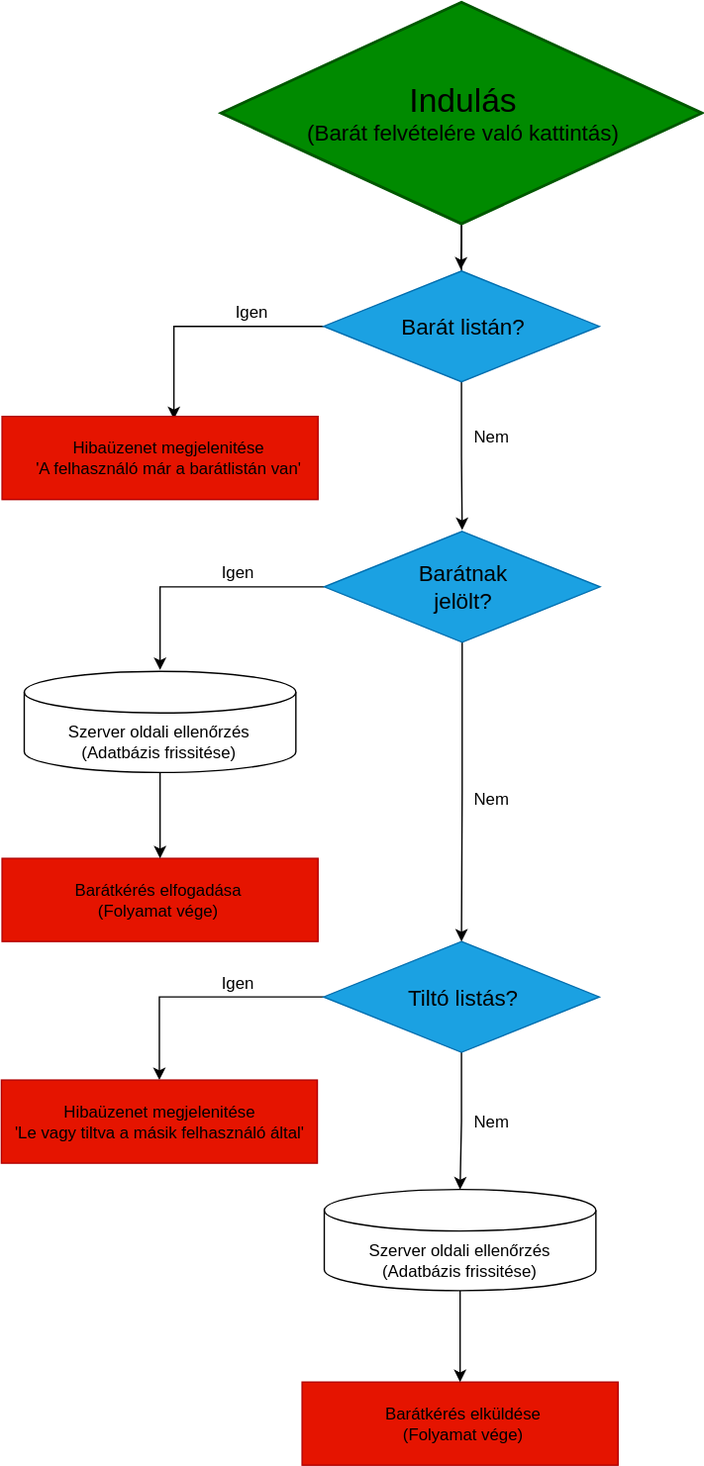
Botond70/SZMP_messaging_app keeps this draw.io diagram as Ábrák/BaratFelvetel_graf.svg. Above is the earlier version. Source tidied: cells renumbered, new cells last; positions are measured from the earlier drawing's top-left corner, leaving out a move shared by most shapes.
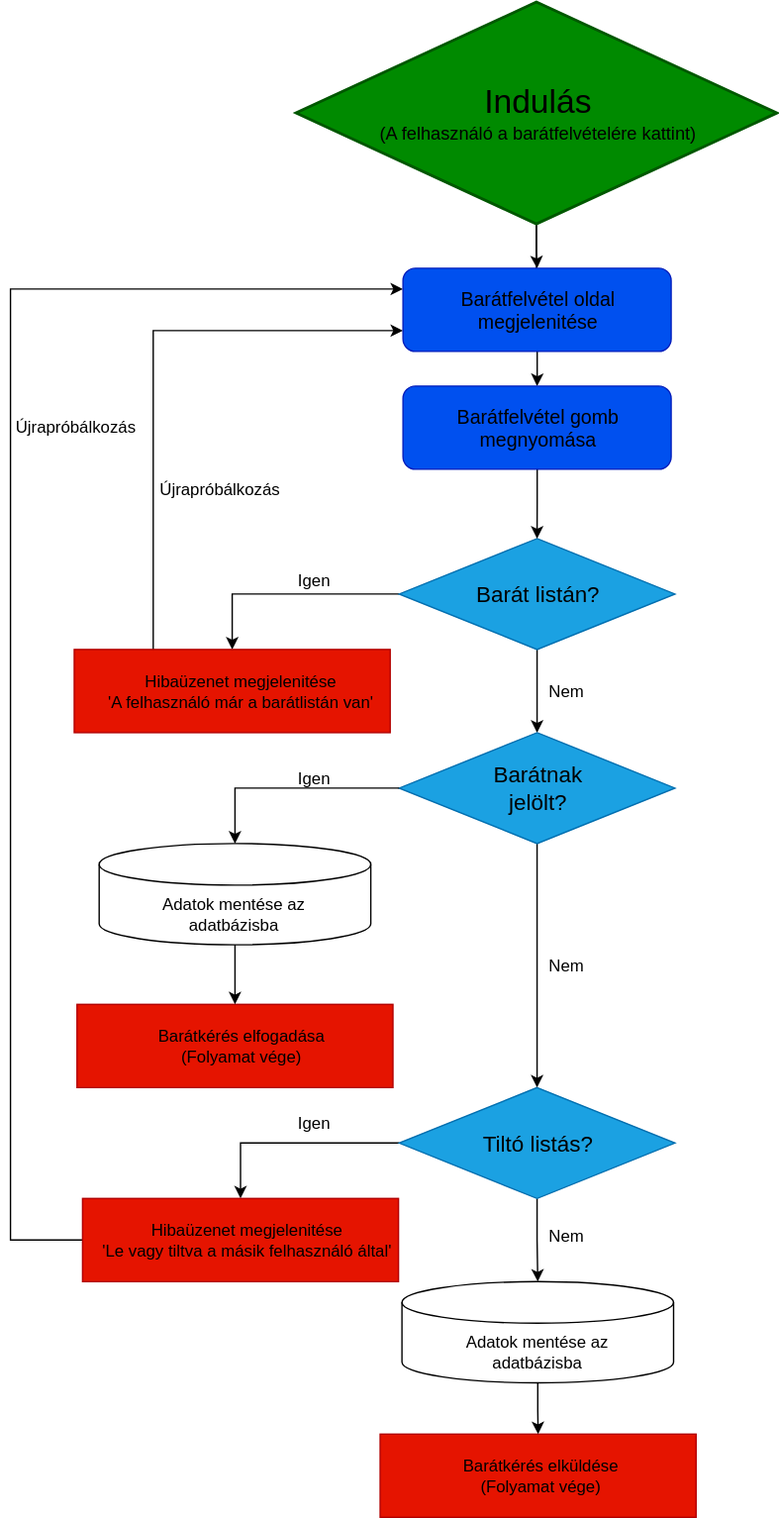
After the commit.

Commit message:
Barátfelvétel ábra javitása

What changed in the source:
```diff
@@ -7,134 +7,145 @@
         <mxPoint x="331.5" y="206.9" as="targetPoint" />
       </mxGeometry>
     </mxCell>
-    <mxCell id="3" style="edgeStyle=orthogonalEdgeStyle;rounded=0;jettySize=auto;html=1;fontColor=light-dark(#000000,#000000);strokeColor=light-dark(#000000,#000000);" parent="1" edge="1" source="4">
-      <mxGeometry relative="1" as="geometry">
-        <mxPoint x="331" y="193" as="targetPoint" />
-      </mxGeometry>
-    </mxCell>
+    <mxCell id="38" style="edgeStyle=orthogonalEdgeStyle;rounded=0;jettySize=auto;html=1;entryX=0.5;entryY=0;entryDx=0;entryDy=0;strokeColor=light-dark(#000000,#000000);" parent="1" edge="1" source="4" target="45">
+      <mxGeometry relative="1" as="geometry" />
+    </mxCell>
     <mxCell id="4" style="rhombus;whiteSpace=wrap;html=1;fillColor=#008a00;fontColor=#ffffff;strokeColor=light-dark(#005700,#000000);strokeWidth=2;" parent="1" vertex="1">
       <mxGeometry x="158" width="347" height="160" as="geometry" />
     </mxCell>
-    <mxCell id="5" value="&lt;font style=&quot;font-size: 24px;&quot;&gt;Indulás&lt;/font&gt;&lt;br&gt;&lt;font style=&quot;font-size: 16px;&quot;&gt;(Barát felvételére való kattintás)&lt;/font&gt;" style="text;html=1;align=center;verticalAlign=middle;strokeColor=none;fillColor=none;fontColor=light-dark(#000000,#000000);" parent="1" vertex="1">
-      <mxGeometry x="207" y="50" width="250" height="60" as="geometry" />
+    <mxCell id="5" value="&lt;font style=&quot;font-size: 24px;&quot;&gt;Indulás&lt;/font&gt;&lt;br&gt;&lt;font style=&quot;font-size: 13px;&quot;&gt;(A felhasználó a barátfelvételére kattint)&lt;/font&gt;" style="text;html=1;align=center;verticalAlign=middle;strokeColor=none;fillColor=none;fontColor=light-dark(#000000,#000000);" parent="1" vertex="1">
+      <mxGeometry x="209" y="52" width="246" height="56" as="geometry" />
     </mxCell>
-    <mxCell id="6" style="edgeStyle=orthogonalEdgeStyle;rounded=0;jettySize=auto;html=1;strokeColor=light-dark(#000000,#000000);" parent="1" edge="1" source="8">
-      <mxGeometry relative="1" as="geometry">
-        <mxPoint x="124" y="301" as="targetPoint" />
-        <Array as="points">
-          <mxPoint x="124" y="234" />
-          <mxPoint x="124" y="298" />
-        </Array>
-      </mxGeometry>
-    </mxCell>
-    <mxCell id="7" style="edgeStyle=orthogonalEdgeStyle;rounded=0;jettySize=auto;html=1;strokeColor=light-dark(#000000,#000000);" parent="1" edge="1" source="8">
-      <mxGeometry relative="1" as="geometry">
-        <mxPoint x="332" y="381" as="targetPoint" />
-        <Array as="points">
-          <mxPoint x="331" y="328" />
-          <mxPoint x="332" y="328" />
-        </Array>
-      </mxGeometry>
-    </mxCell>
+    <mxCell id="39" style="edgeStyle=orthogonalEdgeStyle;rounded=0;jettySize=auto;html=1;entryX=0.5;entryY=0;entryDx=0;entryDy=0;strokeColor=light-dark(#000000,#000000);" parent="1" edge="1" source="8" target="12">
+      <mxGeometry relative="1" as="geometry" />
+    </mxCell>
+    <mxCell id="40" style="edgeStyle=orthogonalEdgeStyle;rounded=0;jettySize=auto;html=1;entryX=0.5;entryY=0;entryDx=0;entryDy=0;strokeColor=light-dark(#000000,#000000);" parent="1" edge="1" source="8" target="24">
+      <mxGeometry relative="1" as="geometry" />
+    </mxCell>
-    <mxCell id="8" style="rhombus;whiteSpace=wrap;html=1;fillColor=#1ba1e2;fontColor=#ffffff;strokeColor=light-dark(#006EAF,#000000);" parent="1" vertex="1">
-      <mxGeometry x="232" y="194" width="199" height="80" as="geometry" />
+    <mxCell id="8" style="rhombus;whiteSpace=wrap;html=1;fillColor=light-dark(#1BA1E2,#FFFF00);fontColor=#ffffff;strokeColor=light-dark(#006EAF,#000000);" parent="1" vertex="1">
+      <mxGeometry x="232.5" y="387" width="199" height="80" as="geometry" />
     </mxCell>
     <mxCell id="9" value="&lt;font style=&quot;font-size: 16px;&quot;&gt;Barát listán?&lt;/font&gt;" style="text;html=1;align=center;verticalAlign=middle;whiteSpace=wrap;rounded=0;fontColor=light-dark(#000000,#000000);" parent="1" vertex="1">
-      <mxGeometry x="284.5" y="219" width="95" height="30" as="geometry" />
+      <mxGeometry x="285" y="412" width="95" height="30" as="geometry" />
     </mxCell>
     <mxCell id="10" value="Igen" style="text;html=1;align=center;verticalAlign=middle;whiteSpace=wrap;rounded=0;fontColor=light-dark(#000000,#000000);" parent="1" vertex="1">
-      <mxGeometry x="150" y="209" width="60" height="30" as="geometry" />
+      <mxGeometry x="140.5" y="402" width="60" height="30" as="geometry" />
     </mxCell>
     <mxCell id="11" value="Nem" style="text;html=1;align=center;verticalAlign=middle;whiteSpace=wrap;rounded=0;fontColor=light-dark(#000000,#000000);" parent="1" vertex="1">
-      <mxGeometry x="323" y="299" width="60" height="30" as="geometry" />
+      <mxGeometry x="323" y="482" width="60" height="30" as="geometry" />
     </mxCell>
+    <mxCell id="41" style="edgeStyle=orthogonalEdgeStyle;rounded=0;jettySize=auto;html=1;exitX=0.25;exitY=0;exitDx=0;exitDy=0;entryX=0;entryY=0.75;entryDx=0;entryDy=0;strokeColor=light-dark(#000000,#000000);" parent="1" edge="1" source="12" target="45">
+      <mxGeometry relative="1" as="geometry" />
+    </mxCell>
     <mxCell id="12" style="rounded=0;whiteSpace=wrap;html=1;fillColor=light-dark(#E51400,#FF3333);fontColor=#ffffff;strokeColor=light-dark(#B20000,#000000);" parent="1" vertex="1">
-      <mxGeometry y="299" width="228" height="60" as="geometry" />
+      <mxGeometry x="-2" y="467" width="228" height="60" as="geometry" />
     </mxCell>
     <mxCell id="13" value="Hibaüzenet megjelenitése&lt;br&gt;'A felhasználó már a barátlistán van'" style="text;html=1;align=center;verticalAlign=middle;whiteSpace=wrap;rounded=0;fontColor=light-dark(#000000,#000000);" parent="1" vertex="1">
-      <mxGeometry x="15" y="314" width="210" height="30" as="geometry" />
+      <mxGeometry x="13" y="482" width="210" height="30" as="geometry" />
     </mxCell>
-    <mxCell id="14" style="edgeStyle=orthogonalEdgeStyle;rounded=0;jettySize=auto;html=1;strokeColor=light-dark(#000000,#000000);" parent="1" edge="1" source="16">
-      <mxGeometry relative="1" as="geometry">
-        <mxPoint x="113.5" y="778" as="targetPoint" />
-        <Array as="points">
-          <mxPoint x="113.5" y="718" />
-        </Array>
-      </mxGeometry>
-    </mxCell>
     <mxCell id="15" style="edgeStyle=orthogonalEdgeStyle;rounded=0;jettySize=auto;html=1;strokeColor=light-dark(#000000,#000000);entryX=0.5;entryY=0;entryDx=0;entryDy=0;entryPerimeter=0;" parent="1" edge="1" source="16" target="36">
       <mxGeometry relative="1" as="geometry" />
     </mxCell>
+    <mxCell id="42" style="edgeStyle=orthogonalEdgeStyle;rounded=0;jettySize=auto;html=1;entryX=0.5;entryY=0;entryDx=0;entryDy=0;strokeColor=light-dark(#000000,#000000);" parent="1" edge="1" source="16" target="18">
+      <mxGeometry relative="1" as="geometry" />
+    </mxCell>
-    <mxCell id="16" style="rhombus;whiteSpace=wrap;html=1;fillColor=#1ba1e2;fontColor=#ffffff;strokeColor=light-dark(#006EAF,#000000);" parent="1" vertex="1">
-      <mxGeometry x="232" y="678" width="199" height="80" as="geometry" />
+    <mxCell id="16" style="rhombus;whiteSpace=wrap;html=1;fillColor=light-dark(#1BA1E2,#FFFF00);fontColor=#ffffff;strokeColor=light-dark(#006EAF,#000000);" parent="1" vertex="1">
+      <mxGeometry x="232.5" y="783" width="199" height="80" as="geometry" />
     </mxCell>
     <mxCell id="17" value="&lt;font style=&quot;font-size: 16px;&quot;&gt;Tiltó listás?&lt;/font&gt;" style="text;html=1;align=center;verticalAlign=middle;whiteSpace=wrap;rounded=0;fontColor=light-dark(#000000,#000000);" parent="1" vertex="1">
-      <mxGeometry x="284.5" y="703" width="95" height="30" as="geometry" />
+      <mxGeometry x="284.5" y="808" width="95" height="30" as="geometry" />
     </mxCell>
+    <mxCell id="43" style="edgeStyle=orthogonalEdgeStyle;rounded=0;jettySize=auto;html=1;entryX=0;entryY=0.25;entryDx=0;entryDy=0;strokeColor=light-dark(#000000,#000000);" parent="1" edge="1" source="18" target="45">
+      <mxGeometry relative="1" as="geometry">
+        <Array as="points">
+          <mxPoint x="-48" y="893" />
+          <mxPoint x="-48" y="207" />
+        </Array>
+      </mxGeometry>
+    </mxCell>
     <mxCell id="18" style="rounded=0;whiteSpace=wrap;html=1;fillColor=light-dark(#E51400,#FF3333);fontColor=#ffffff;strokeColor=light-dark(#B20000,#000000);" parent="1" vertex="1">
-      <mxGeometry x="-0.5" y="778" width="228" height="60" as="geometry" />
+      <mxGeometry x="4" y="863" width="228" height="60" as="geometry" />
     </mxCell>
     <mxCell id="19" value="Hibaüzenet megjelenitése&lt;br&gt;'Le vagy tiltva a másik felhasználó által'" style="text;html=1;align=center;verticalAlign=middle;whiteSpace=wrap;rounded=0;fontColor=light-dark(#000000,#000000);" parent="1" vertex="1">
-      <mxGeometry x="7" y="793" width="213" height="30" as="geometry" />
+      <mxGeometry x="16" y="878" width="213" height="30" as="geometry" />
     </mxCell>
     <mxCell id="20" value="Igen" style="text;html=1;align=center;verticalAlign=middle;whiteSpace=wrap;rounded=0;fontColor=light-dark(#000000,#000000);" parent="1" vertex="1">
-      <mxGeometry x="139.5" y="693" width="60" height="30" as="geometry" />
+      <mxGeometry x="140.5" y="794" width="60" height="30" as="geometry" />
     </mxCell>
     <mxCell id="21" value="Nem" style="text;html=1;align=center;verticalAlign=middle;whiteSpace=wrap;rounded=0;fontColor=light-dark(#000000,#000000);" parent="1" vertex="1">
-      <mxGeometry x="322.5" y="793" width="60" height="30" as="geometry" />
+      <mxGeometry x="323" y="875" width="60" height="30" as="geometry" />
     </mxCell>
-    <mxCell id="22" style="edgeStyle=orthogonalEdgeStyle;rounded=0;jettySize=auto;html=1;strokeColor=light-dark(#000000,#000000);" parent="1" edge="1" source="24">
-      <mxGeometry relative="1" as="geometry">
-        <mxPoint x="114" y="482" as="targetPoint" />
-        <Array as="points">
-          <mxPoint x="114" y="422" />
-        </Array>
-      </mxGeometry>
-    </mxCell>
-    <mxCell id="23" style="edgeStyle=orthogonalEdgeStyle;rounded=0;jettySize=auto;html=1;strokeColor=light-dark(#000000,#000000);entryX=0.5;entryY=0;entryDx=0;entryDy=0;" parent="1" edge="1" source="24" target="16">
+    <mxCell id="23" style="edgeStyle=orthogonalEdgeStyle;rounded=0;jettySize=auto;html=1;exitX=0.5;exitY=1;exitDx=0;exitDy=0;entryX=0.5;entryY=0;entryDx=0;entryDy=0;strokeColor=light-dark(#000000,#000000);" parent="1" edge="1" source="24" target="16">
       <mxGeometry relative="1" as="geometry" />
     </mxCell>
-    <mxCell id="24" style="rhombus;whiteSpace=wrap;html=1;fillColor=#1ba1e2;fontColor=#ffffff;strokeColor=light-dark(#006EAF,#000000);" parent="1" vertex="1">
-      <mxGeometry x="232.5" y="382" width="199" height="80" as="geometry" />
+    <mxCell id="24" style="rhombus;whiteSpace=wrap;html=1;fillColor=light-dark(#1BA1E2,#FFFF00);fontColor=#ffffff;strokeColor=light-dark(#006EAF,#000000);" parent="1" vertex="1">
+      <mxGeometry x="232.5" y="527" width="199" height="80" as="geometry" />
     </mxCell>
     <mxCell id="25" value="&lt;font style=&quot;font-size: 16px;&quot;&gt;Barátnak jelölt?&lt;/font&gt;" style="text;html=1;align=center;verticalAlign=middle;whiteSpace=wrap;rounded=0;fontColor=light-dark(#000000,#000000);" parent="1" vertex="1">
-      <mxGeometry x="285" y="407" width="95" height="30" as="geometry" />
+      <mxGeometry x="285" y="552" width="95" height="30" as="geometry" />
     </mxCell>
     <mxCell id="26" style="rounded=0;whiteSpace=wrap;html=1;fillColor=light-dark(#E51400,#66FF66);fontColor=#ffffff;strokeColor=light-dark(#B20000,#000000);" parent="1" vertex="1">
-      <mxGeometry y="618" width="228" height="60" as="geometry" />
+      <mxGeometry y="723" width="228" height="60" as="geometry" />
     </mxCell>
     <mxCell id="27" value="Barátkérés elfogadása&lt;br&gt;(Folyamat vége)" style="text;html=1;align=center;verticalAlign=middle;whiteSpace=wrap;rounded=0;fontColor=light-dark(#000000,#000000);" parent="1" vertex="1">
-      <mxGeometry x="6" y="633" width="213" height="30" as="geometry" />
+      <mxGeometry x="11.5" y="738" width="213" height="30" as="geometry" />
     </mxCell>
     <mxCell id="28" value="Igen" style="text;html=1;align=center;verticalAlign=middle;whiteSpace=wrap;rounded=0;fontColor=light-dark(#000000,#000000);" parent="1" vertex="1">
-      <mxGeometry x="140" y="397" width="60" height="30" as="geometry" />
+      <mxGeometry x="140.5" y="544.5" width="60" height="30" as="geometry" />
     </mxCell>
     <mxCell id="29" value="Nem" style="text;html=1;align=center;verticalAlign=middle;whiteSpace=wrap;rounded=0;fontColor=light-dark(#000000,#000000);" parent="1" vertex="1">
-      <mxGeometry x="323" y="560" width="60" height="30" as="geometry" />
+      <mxGeometry x="323" y="680" width="60" height="30" as="geometry" />
     </mxCell>
     <mxCell id="30" style="rounded=0;whiteSpace=wrap;html=1;fillColor=light-dark(#E51400,#66FF66);fontColor=#ffffff;strokeColor=light-dark(#B20000,#000000);" parent="1" vertex="1">
-      <mxGeometry x="216.5" y="996" width="228" height="60" as="geometry" />
+      <mxGeometry x="218.8" y="1033" width="228" height="60" as="geometry" />
     </mxCell>
     <mxCell id="31" value="Barátkérés elküldése&lt;br&gt;(Folyamat vége)" style="text;html=1;align=center;verticalAlign=middle;whiteSpace=wrap;rounded=0;fontColor=light-dark(#000000,#000000);" parent="1" vertex="1">
-      <mxGeometry x="225.5" y="1011" width="213" height="30" as="geometry" />
+      <mxGeometry x="227.8" y="1048" width="213" height="30" as="geometry" />
     </mxCell>
     <mxCell id="32" style="edgeStyle=orthogonalEdgeStyle;rounded=0;jettySize=auto;html=1;strokeColor=light-dark(#000000,#000000);entryX=0.5;entryY=0;entryDx=0;entryDy=0;" parent="1" edge="1" source="33" target="26">
       <mxGeometry relative="1" as="geometry" />
     </mxCell>
     <mxCell id="33" style="shape=cylinder3;whiteSpace=wrap;html=1;boundedLbl=1;backgroundOutline=1;size=15;fillColor=light-dark(#FFFFFF,#999999);strokeColor=light-dark(#000000,#000000);" parent="1" vertex="1">
-      <mxGeometry x="16" y="483" width="196" height="73" as="geometry" />
+      <mxGeometry x="16" y="607" width="196" height="73" as="geometry" />
     </mxCell>
-    <mxCell id="34" value="Szerver oldali ellenőrzés&lt;br&gt;(Adatbázis frissitése)" style="text;html=1;align=center;verticalAlign=middle;whiteSpace=wrap;rounded=0;fontColor=light-dark(#000000,#000000);" parent="1" vertex="1">
-      <mxGeometry x="34" y="519" width="158" height="30" as="geometry" />
+    <mxCell id="34" value="Adatok mentése az adatbázisba" style="text;html=1;align=center;verticalAlign=middle;whiteSpace=wrap;rounded=0;fontColor=light-dark(#000000,#000000);" parent="1" vertex="1">
+      <mxGeometry x="34" y="643" width="158" height="30" as="geometry" />
     </mxCell>
     <mxCell id="35" style="edgeStyle=orthogonalEdgeStyle;rounded=0;jettySize=auto;html=1;entryX=0.5;entryY=0;entryDx=0;entryDy=0;strokeColor=light-dark(#000000,#000000);" parent="1" edge="1" source="36" target="30">
       <mxGeometry relative="1" as="geometry" />
     </mxCell>
     <mxCell id="36" style="shape=cylinder3;whiteSpace=wrap;html=1;boundedLbl=1;backgroundOutline=1;size=15;fillColor=light-dark(#FFFFFF,#999999);strokeColor=light-dark(#000000,#000000);" parent="1" vertex="1">
-      <mxGeometry x="232.5" y="857" width="196" height="73" as="geometry" />
+      <mxGeometry x="234.5" y="923" width="196" height="73" as="geometry" />
     </mxCell>
-    <mxCell id="37" value="Szerver oldali ellenőrzés&lt;br&gt;(Adatbázis frissitése)" style="text;html=1;align=center;verticalAlign=middle;whiteSpace=wrap;rounded=0;fontColor=light-dark(#000000,#000000);" parent="1" vertex="1">
-      <mxGeometry x="250.5" y="893" width="158" height="30" as="geometry" />
+    <mxCell id="37" value="Adatok mentése az adatbázisba" style="text;html=1;align=center;verticalAlign=middle;whiteSpace=wrap;rounded=0;fontColor=light-dark(#000000,#000000);" parent="1" vertex="1">
+      <mxGeometry x="252.5" y="959" width="158" height="30" as="geometry" />
     </mxCell>
+    <mxCell id="44" style="edgeStyle=orthogonalEdgeStyle;rounded=0;jettySize=auto;html=1;entryX=0.5;entryY=0;entryDx=0;entryDy=0;strokeColor=light-dark(#000000,#000000);" parent="1" edge="1" source="45" target="48">
+      <mxGeometry relative="1" as="geometry" />
+    </mxCell>
+    <mxCell id="45" style="rounded=1;whiteSpace=wrap;html=1;fillColor=#0050ef;strokeColor=light-dark(#001DBC,#000000);fontColor=#ffffff;" parent="1" vertex="1">
+      <mxGeometry x="235.2" y="192" width="193.5" height="60" as="geometry" />
+    </mxCell>
+    <mxCell id="46" value="&lt;font style=&quot;font-size: 14px;&quot;&gt;Barátfelvétel oldal megjelenitése&lt;/font&gt;" style="text;html=1;align=center;verticalAlign=middle;whiteSpace=wrap;rounded=0;fontColor=light-dark(#000000,#000000);" parent="1" vertex="1">
+      <mxGeometry x="266.2" y="207" width="133" height="30" as="geometry" />
+    </mxCell>
+    <mxCell id="47" style="edgeStyle=orthogonalEdgeStyle;rounded=0;jettySize=auto;html=1;entryX=0.5;entryY=0;entryDx=0;entryDy=0;strokeColor=light-dark(#000000,#000000);" parent="1" edge="1" source="48" target="8">
+      <mxGeometry relative="1" as="geometry" />
+    </mxCell>
+    <mxCell id="48" style="rounded=1;whiteSpace=wrap;html=1;fillColor=#0050ef;strokeColor=light-dark(#001DBC,#000000);fontColor=#ffffff;" parent="1" vertex="1">
+      <mxGeometry x="235.2" y="277" width="193.5" height="60" as="geometry" />
+    </mxCell>
+    <mxCell id="49" value="&lt;font style=&quot;font-size: 14px;&quot;&gt;Barátfelvétel gomb megnyomása&lt;/font&gt;" style="text;html=1;align=center;verticalAlign=middle;whiteSpace=wrap;rounded=0;fontColor=light-dark(#000000,#000000);" parent="1" vertex="1">
+      <mxGeometry x="266.2" y="292" width="133" height="30" as="geometry" />
+    </mxCell>
+    <mxCell id="50" style="edgeStyle=orthogonalEdgeStyle;rounded=0;jettySize=auto;html=1;entryX=0.5;entryY=0;entryDx=0;entryDy=0;entryPerimeter=0;strokeColor=light-dark(#000000,#000000);" parent="1" edge="1" source="24" target="33">
+      <mxGeometry relative="1" as="geometry" />
+    </mxCell>
+    <mxCell id="51" value="Újrapróbálkozás" style="text;html=1;align=center;verticalAlign=middle;whiteSpace=wrap;rounded=0;fontColor=light-dark(#000000,#000000);" parent="1" vertex="1">
+      <mxGeometry x="73" y="337" width="60" height="30" as="geometry" />
+    </mxCell>
+    <mxCell id="52" value="Újrapróbálkozás" style="text;html=1;align=center;verticalAlign=middle;whiteSpace=wrap;rounded=0;fontColor=light-dark(#000000,#000000);" parent="1" vertex="1">
+      <mxGeometry x="-31" y="292" width="60" height="30" as="geometry" />
+    </mxCell>
   </root>
 </mxGraphModel>
```
